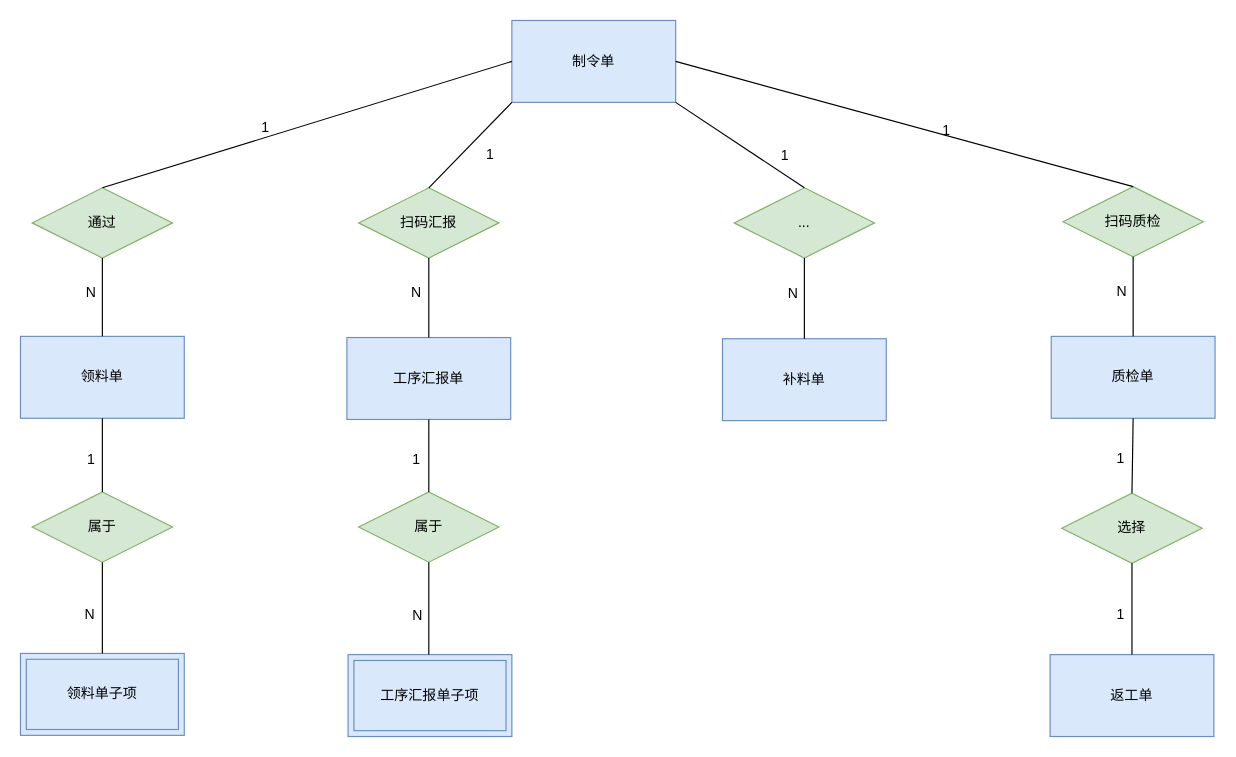
This is ER图.drawio from KNAI-I/test, a draw.io file, before an edit. Source tidied: cells renumbered, new cells numbered last; positions are measured from the earlier drawing's top-left corner, leaving out a move shared by most shapes. Both pictures are drawn from the tidied source at 117%, with x=0, y=0 at pixel (20, 20).
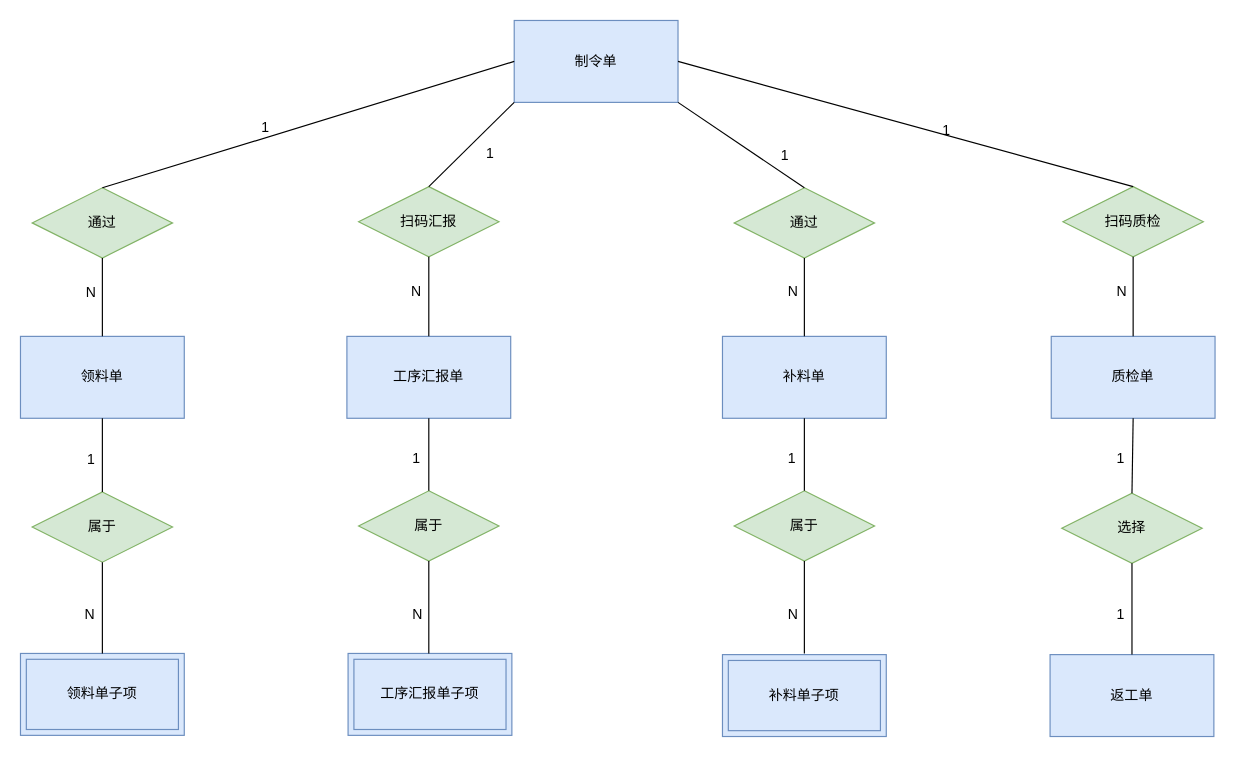
The same page after the edit.

The edit, as a diff of the source:
```diff
@@
     <mxCell id="3" value="制令单" style="whiteSpace=wrap;html=1;align=center;rounded=0;fillColor=#dae8fc;strokeColor=#6c8ebf;" parent="1" vertex="1">
-      <mxGeometry x="420" width="140" height="70" as="geometry" />
+      <mxGeometry x="422" width="140" height="70" as="geometry" />
     </mxCell>
@@
     <mxCell id="6" value="工序汇报单" style="whiteSpace=wrap;html=1;align=center;rounded=0;fillColor=#dae8fc;strokeColor=#6c8ebf;" parent="1" vertex="1">
-      <mxGeometry x="279" y="271" width="140" height="70" as="geometry" />
+      <mxGeometry x="279" y="270" width="140" height="70" as="geometry" />
     </mxCell>
@@
     <mxCell id="9" value="扫码汇报" style="shape=rhombus;perimeter=rhombusPerimeter;whiteSpace=wrap;html=1;align=center;rounded=0;fillColor=#d5e8d4;strokeColor=#82b366;" parent="1" vertex="1">
-      <mxGeometry x="289" y="143" width="120" height="60" as="geometry" />
+      <mxGeometry x="289" y="142" width="120" height="60" as="geometry" />
     </mxCell>
     <mxCell id="10" value="工序汇报单子项" style="shape=ext;margin=3;double=1;whiteSpace=wrap;html=1;align=center;rounded=0;fillColor=#dae8fc;strokeColor=#6c8ebf;" parent="1" vertex="1">
-      <mxGeometry x="280" y="542" width="140" height="70" as="geometry" />
+      <mxGeometry x="280" y="541" width="140" height="70" as="geometry" />
     </mxCell>
     <mxCell id="11" value="属于" style="shape=rhombus;perimeter=rhombusPerimeter;whiteSpace=wrap;html=1;align=center;rounded=0;fillColor=#d5e8d4;strokeColor=#82b366;" parent="1" vertex="1">
-      <mxGeometry x="289" y="403" width="120" height="60" as="geometry" />
+      <mxGeometry x="289" y="402" width="120" height="60" as="geometry" />
     </mxCell>
@@
     <mxCell id="33" style="endArrow=none;html=1;rounded=0;sketch=0;curved=0;entryX=0.5;entryY=0;entryDx=0;entryDy=0;exitX=0.5;exitY=1;exitDx=0;exitDy=0;" parent="1" edge="1" source="11">
       <mxGeometry relative="1" as="geometry">
-        <mxPoint x="349" y="542" as="targetPoint" />
+        <mxPoint x="349" y="541" as="targetPoint" />
       </mxGeometry>
     </mxCell>
@@
-    <mxCell id="39" value="..." style="shape=rhombus;perimeter=rhombusPerimeter;whiteSpace=wrap;html=1;align=center;rounded=0;sketch=0;fillColor=#d5e8d4;strokeColor=#82b366;" parent="1" vertex="1">
+    <mxCell id="39" value="通过" style="shape=rhombus;perimeter=rhombusPerimeter;whiteSpace=wrap;html=1;align=center;rounded=0;sketch=0;fillColor=#d5e8d4;strokeColor=#82b366;" parent="1" vertex="1">
       <mxGeometry x="610" y="143" width="120" height="60" as="geometry" />
     </mxCell>
     <mxCell id="40" value="补料单" style="whiteSpace=wrap;html=1;align=center;rounded=0;sketch=0;fillColor=#dae8fc;strokeColor=#6c8ebf;" parent="1" vertex="1">
-      <mxGeometry x="600" y="272" width="140" height="70" as="geometry" />
+      <mxGeometry x="600" y="270" width="140" height="70" as="geometry" />
     </mxCell>
@@
+    <mxCell id="45" value="补料单子项" style="shape=ext;margin=3;double=1;whiteSpace=wrap;html=1;align=center;rounded=0;sketch=0;fillColor=#dae8fc;strokeColor=#6c8ebf;" parent="1" vertex="1">
+      <mxGeometry x="600" y="542" width="140" height="70" as="geometry" />
+    </mxCell>
+    <mxCell id="46" value="属于" style="shape=rhombus;perimeter=rhombusPerimeter;whiteSpace=wrap;html=1;align=center;rounded=0;fillColor=#d5e8d4;strokeColor=#82b366;" parent="1" vertex="1">
+      <mxGeometry x="610" y="402" width="120" height="60" as="geometry" />
+    </mxCell>
+    <mxCell id="47" style="endArrow=none;html=1;rounded=0;sketch=0;curved=0;entryX=0.5;entryY=0;entryDx=0;entryDy=0;exitX=0.5;exitY=1;exitDx=0;exitDy=0;" parent="1" edge="1" target="46">
+      <mxGeometry relative="1" as="geometry">
+        <mxPoint x="670" y="340" as="sourcePoint" />
+      </mxGeometry>
+    </mxCell>
+    <mxCell id="48" value="1" style="html=1;align=right;verticalAlign=bottom;rounded=0;sketch=0;" parent="47" vertex="1">
+      <mxGeometry x="1" relative="1" as="geometry">
+        <mxPoint x="-7" y="-19" as="offset" />
+      </mxGeometry>
+    </mxCell>
+    <mxCell id="49" style="endArrow=none;html=1;rounded=0;sketch=0;curved=0;entryX=0.5;entryY=0;entryDx=0;entryDy=0;exitX=0.5;exitY=1;exitDx=0;exitDy=0;" parent="1" edge="1" source="46">
+      <mxGeometry relative="1" as="geometry">
+        <mxPoint x="670" y="541" as="targetPoint" />
+      </mxGeometry>
+    </mxCell>
+    <mxCell id="50" value="N" style="html=1;align=right;verticalAlign=bottom;rounded=0;sketch=0;" parent="49" vertex="1">
+      <mxGeometry x="1" relative="1" as="geometry">
+        <mxPoint x="-5" y="-25" as="offset" />
+      </mxGeometry>
+    </mxCell>
```
